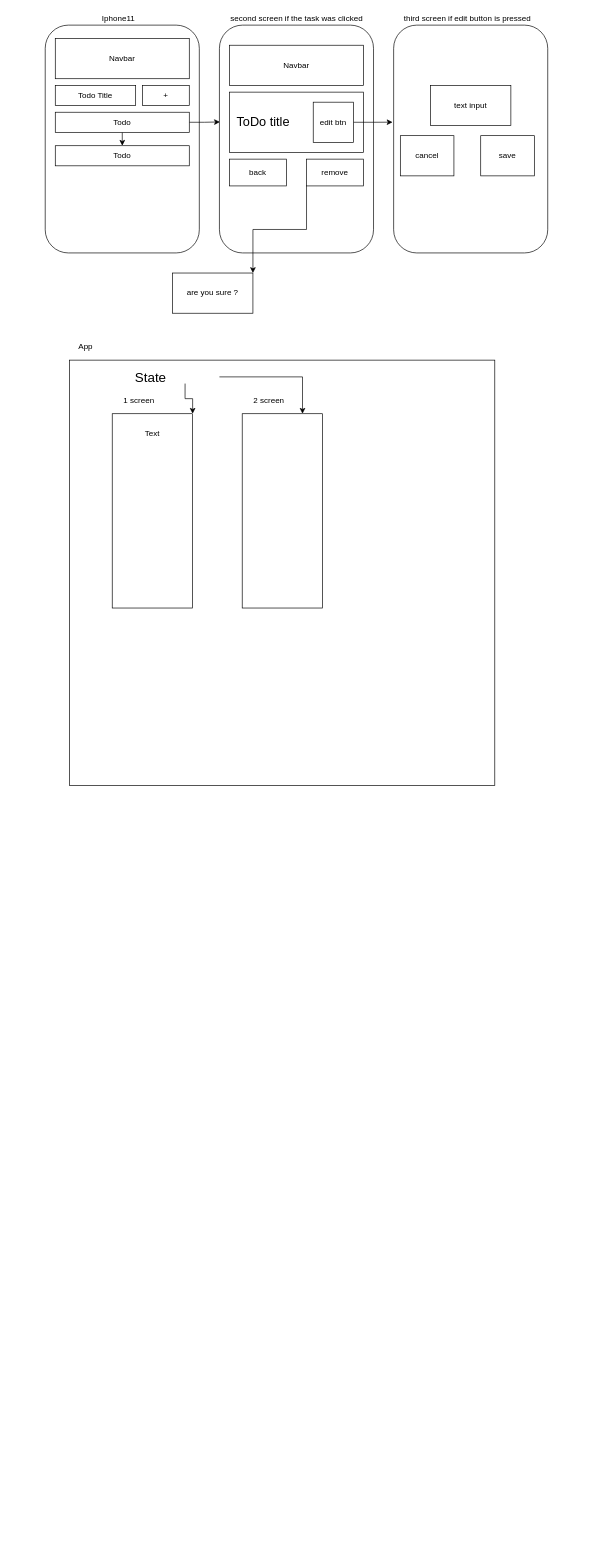
Before: Untitled Diagram.drawio in Trifle22/react-native-course, a draw.io diagram. Source tidied: cells renumbered, new cells numbered last; positions are measured from the earlier drawing's top-left corner, leaving out a move shared by most shapes. Both pictures are drawn from the tidied source at 67%, with x=0, y=0 at pixel (45, 11).
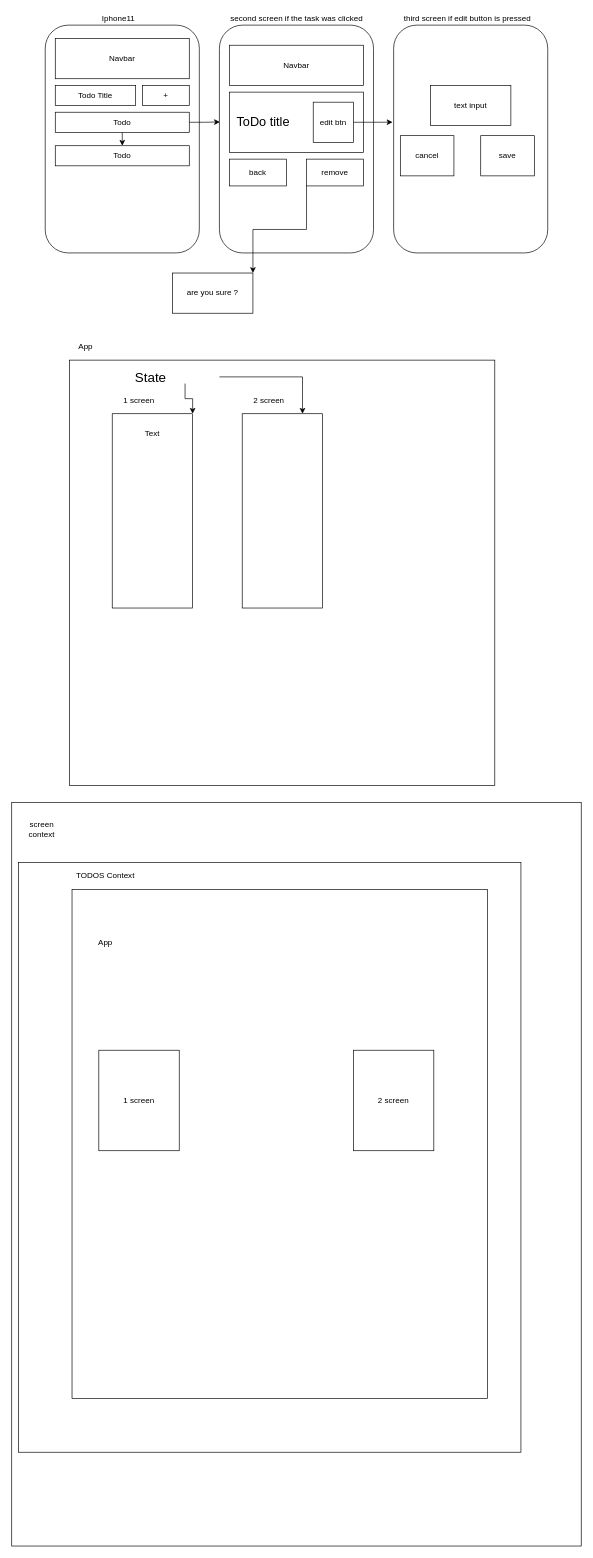
The same diagram, later.

Diff of the diagram source:
```diff
@@
+    <mxCell id="37" style="rounded=0;whiteSpace=wrap;html=1;" parent="1" vertex="1">
+      <mxGeometry x="-50" y="1180" width="850" height="1110" as="geometry" />
+    </mxCell>
+    <mxCell id="38" style="rounded=0;whiteSpace=wrap;html=1;" parent="1" vertex="1">
+      <mxGeometry x="-40" y="1270" width="750" height="880" as="geometry" />
+    </mxCell>
@@
+    <mxCell id="39" style="rounded=0;whiteSpace=wrap;html=1;" parent="1" vertex="1">
+      <mxGeometry x="40" y="1310" width="620" height="760" as="geometry" />
+    </mxCell>
+    <mxCell id="40" value="1 screen" style="rounded=0;whiteSpace=wrap;html=1;" parent="1" vertex="1">
+      <mxGeometry x="80" y="1550" width="120" height="150" as="geometry" />
+    </mxCell>
+    <mxCell id="41" value="2&amp;nbsp;screen" style="rounded=0;whiteSpace=wrap;html=1;" parent="1" vertex="1">
+      <mxGeometry x="460" y="1550" width="120" height="150" as="geometry" />
+    </mxCell>
+    <mxCell id="42" value="App" style="text;html=1;strokeColor=none;fillColor=none;align=center;verticalAlign=middle;whiteSpace=wrap;rounded=0;" parent="1" vertex="1">
+      <mxGeometry x="70" y="1320" width="40" height="140" as="geometry" />
+    </mxCell>
+    <mxCell id="43" value="TODOS Context" style="text;html=1;strokeColor=none;fillColor=none;align=center;verticalAlign=middle;whiteSpace=wrap;rounded=0;" parent="1" vertex="1">
+      <mxGeometry x="-30" y="1280" width="240" height="20" as="geometry" />
+    </mxCell>
+    <mxCell id="44" value="screen context" style="text;html=1;strokeColor=none;fillColor=none;align=center;verticalAlign=middle;whiteSpace=wrap;rounded=0;" parent="1" vertex="1">
+      <mxGeometry x="-25" y="1210" width="40" height="20" as="geometry" />
+    </mxCell>
```
